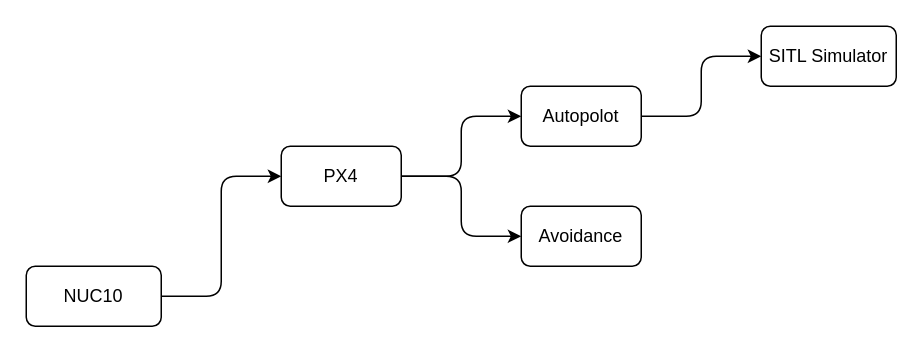
MistyMoonR/tsinghua-PX4-ROS keeps this draw.io diagram as draw.io/PX4.drawio. Above is the earlier version. Source tidied: cells renumbered, new cells numbered last; positions are measured from the earlier drawing's top-left corner, leaving out a move shared by most shapes. Both pictures are drawn from the tidied source at 150%, with x=0, y=0 at pixel (26, 26).
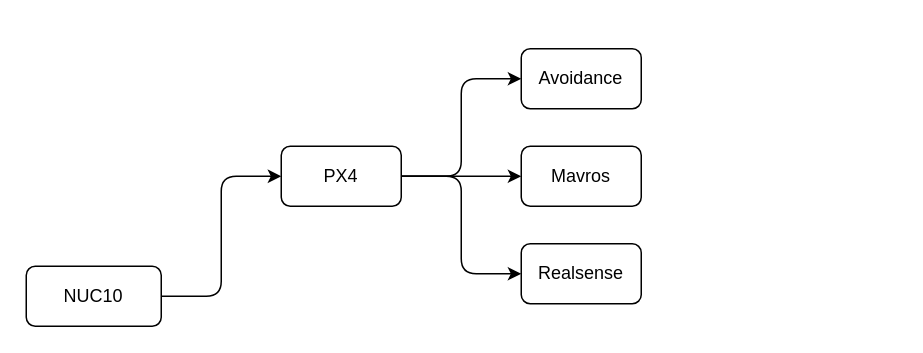
After the change.

Change to the diagram source:
```diff
@@
 <mxGraphModel>
   <root>
     <mxCell id="0" />
     <mxCell id="1" parent="0" />
-    <mxCell id="2" style="edgeStyle=orthogonalEdgeStyle;rounded=1;jettySize=auto;html=1;entryX=0;entryY=0.5;entryDx=0;entryDy=0;" parent="1" edge="1" source="3" target="4">
-      <mxGeometry relative="1" as="geometry">
-        <Array as="points">
-          <mxPoint x="290" y="100" />
-          <mxPoint x="290" y="60" />
-        </Array>
-      </mxGeometry>
-    </mxCell>
     <mxCell id="3" value="PX4" style="rounded=1;whiteSpace=wrap;html=1;" parent="1" vertex="1">
       <mxGeometry x="170" y="80" width="80" height="40" as="geometry" />
     </mxCell>
-    <mxCell id="4" value="Autopolot" style="rounded=1;whiteSpace=wrap;html=1;" parent="1" vertex="1">
-      <mxGeometry x="330" y="40" width="80" height="40" as="geometry" />
-    </mxCell>
     <mxCell id="5" value="Avoidance" style="rounded=1;whiteSpace=wrap;html=1;" parent="1" vertex="1">
-      <mxGeometry x="330" y="120" width="80" height="40" as="geometry" />
+      <mxGeometry x="330" y="15" width="80" height="40" as="geometry" />
     </mxCell>
     <mxCell id="6" style="edgeStyle=orthogonalEdgeStyle;rounded=1;jettySize=auto;html=1;" parent="1" edge="1" source="3" target="5">
       <mxGeometry relative="1" as="geometry">
         <Array as="points">
           <mxPoint x="290" y="100" />
-          <mxPoint x="290" y="140" />
+          <mxPoint x="290" y="35" />
         </Array>
       </mxGeometry>
     </mxCell>
     <mxCell id="7" value="NUC10" style="rounded=1;whiteSpace=wrap;html=1;" parent="1" vertex="1">
       <mxGeometry y="160" width="90" height="40" as="geometry" />
     </mxCell>
     <mxCell id="8" style="edgeStyle=orthogonalEdgeStyle;rounded=1;jettySize=auto;html=1;entryX=0;entryY=0.5;entryDx=0;entryDy=0;exitX=1;exitY=0.5;exitDx=0;exitDy=0;" parent="1" edge="1" source="7" target="3">
       <mxGeometry relative="1" as="geometry">
         <Array as="points">
           <mxPoint x="130" y="180" />
           <mxPoint x="130" y="100" />
         </Array>
       </mxGeometry>
     </mxCell>
-    <mxCell id="9" value="SITL Simulator" style="rounded=1;whiteSpace=wrap;html=1;" parent="1" vertex="1">
-      <mxGeometry x="490" width="90" height="40" as="geometry" />
-    </mxCell>
-    <mxCell id="10" style="edgeStyle=orthogonalEdgeStyle;rounded=1;jettySize=auto;html=1;entryX=0;entryY=0.5;entryDx=0;entryDy=0;exitX=1;exitY=0.5;exitDx=0;exitDy=0;" parent="1" edge="1" source="4" target="9">
-      <mxGeometry relative="1" as="geometry">
-        <Array as="points">
-          <mxPoint x="450" y="60" />
-          <mxPoint x="450" y="20" />
-        </Array>
-      </mxGeometry>
+    <mxCell id="10" value="Mavros" style="rounded=1;whiteSpace=wrap;html=1;" parent="1" vertex="1">
+      <mxGeometry x="330" y="80" width="80" height="40" as="geometry" />
     </mxCell>
+    <mxCell id="11" style="edgeStyle=orthogonalEdgeStyle;rounded=1;jettySize=auto;html=1;" parent="1" edge="1" source="3" target="10">
+      <mxGeometry relative="1" as="geometry">
+        <Array as="points">
+          <mxPoint x="330" y="100" />
+          <mxPoint x="330" y="100" />
+        </Array>
+      </mxGeometry>
+    </mxCell>
+    <mxCell id="12" value="Realsense" style="rounded=1;whiteSpace=wrap;html=1;" parent="1" vertex="1">
+      <mxGeometry x="330" y="145" width="80" height="40" as="geometry" />
+    </mxCell>
+    <mxCell id="13" style="edgeStyle=orthogonalEdgeStyle;rounded=1;jettySize=auto;html=1;exitX=1;exitY=0.5;exitDx=0;exitDy=0;" parent="1" edge="1" source="3" target="12">
+      <mxGeometry relative="1" as="geometry">
+        <Array as="points">
+          <mxPoint x="290" y="100" />
+          <mxPoint x="290" y="165" />
+        </Array>
+      </mxGeometry>
+    </mxCell>
   </root>
 </mxGraphModel>
```
